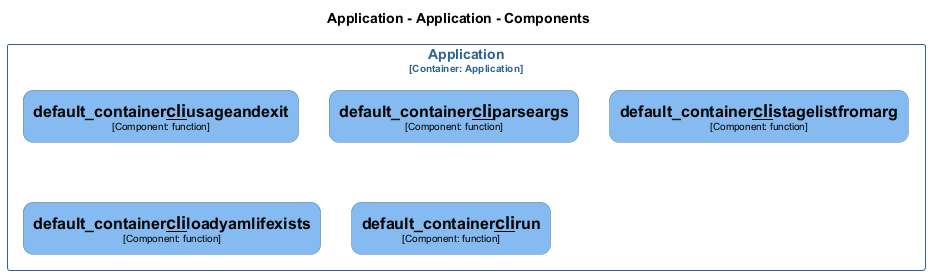
Above: docs/architecture/diagrams/structurizr-Classes_default_container__cli.png in chrislyons-dev/archlette (PlantUML), before the change.
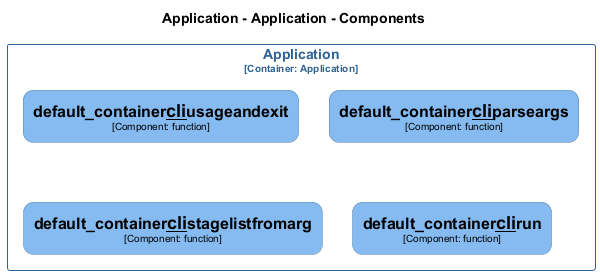
Above is the later version.

The edit, as a diff of the source:
```diff
@@ -16,13 +16,6 @@
 
 hide stereotype
 
-skinparam rectangle<<Application.Application.default_container__cli__loadyamlifexists>> {
-  BackgroundColor #85bbf0
-  FontColor #000000
-  BorderColor #5d82a8
-  roundCorner 20
-  shadowing false
-}
 skinparam rectangle<<Application.Application.default_container__cli__parseargs>> {
   BackgroundColor #85bbf0
   FontColor #000000
@@ -61,7 +54,6 @@
   rectangle "==default_container__cli__usageandexit\n<size:10>[Component: function]</size>" <<Application.Application.default_container__cli__usageandexit>> as Application.Application.default_container__cli__usageandexit
   rectangle "==default_container__cli__parseargs\n<size:10>[Component: function]</size>" <<Application.Application.default_container__cli__parseargs>> as Application.Application.default_container__cli__parseargs
   rectangle "==default_container__cli__stagelistfromarg\n<size:10>[Component: function]</size>" <<Application.Application.default_container__cli__stagelistfromarg>> as Application.Application.default_container__cli__stagelistfromarg
-  rectangle "==default_container__cli__loadyamlifexists\n<size:10>[Component: function]</size>" <<Application.Application.default_container__cli__loadyamlifexists>> as Application.Application.default_container__cli__loadyamlifexists
   rectangle "==default_container__cli__run\n<size:10>[Component: function]</size>" <<Application.Application.default_container__cli__run>> as Application.Application.default_container__cli__run
 }
 
```
